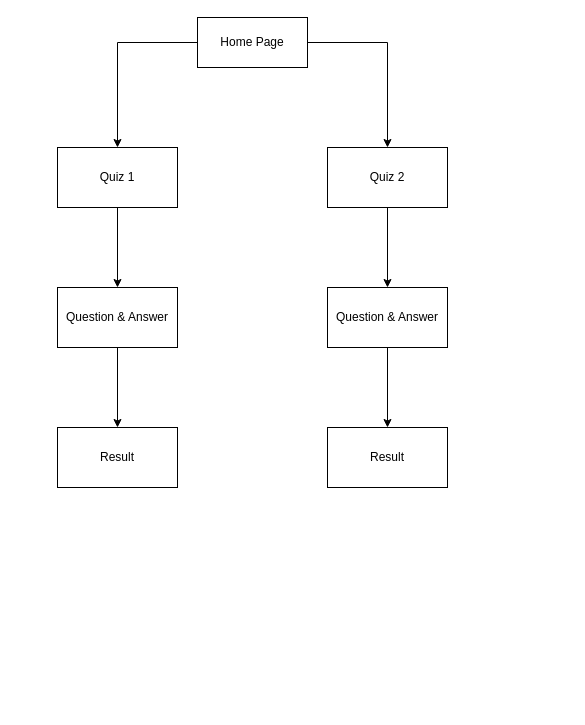
The draw.io diagram page "WebPage Flow" (3 of 4) of diagrams/sprint2-project-diagram.drawio in full-stack-devs-learn/niantic-2024-sprint-2-team-3, before the edit. Source tidied: cells renumbered, new cells numbered last; positions are measured from the earlier drawing's top-left corner, leaving out a move shared by most shapes. Both pictures are drawn from the tidied source at 100%, with x=0, y=0 at pixel (57, 17).
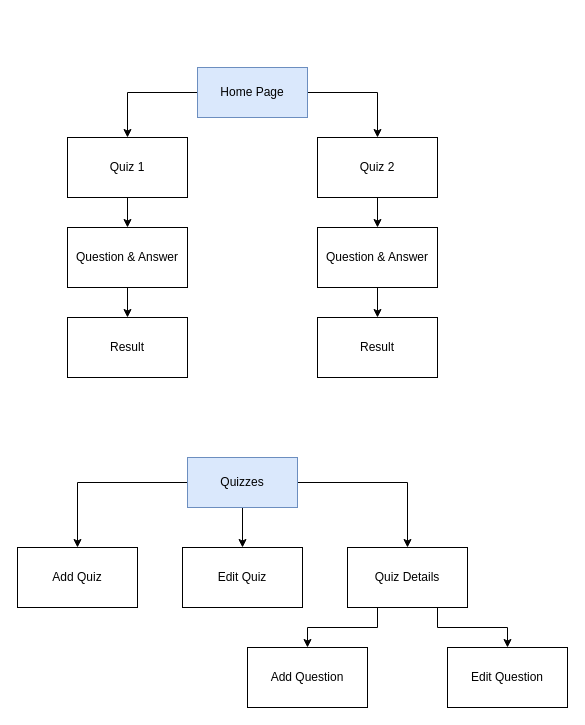
Above is the later version.

The edit, as a diff of the source:
```diff
@@
-    <mxCell id="4" value="Home Page" style="html=1;whiteSpace=wrap;" parent="1" vertex="1">
-      <mxGeometry x="140" width="110" height="50" as="geometry" />
+    <mxCell id="4" value="Home Page" style="html=1;whiteSpace=wrap;fillColor=#dae8fc;strokeColor=#6c8ebf;" parent="1" vertex="1">
+      <mxGeometry x="140" y="50" width="110" height="50" as="geometry" />
     </mxCell>
@@
     <mxCell id="6" value="Quiz 2" style="whiteSpace=wrap;html=1;" parent="1" vertex="1">
-      <mxGeometry x="270" y="130" width="120" height="60" as="geometry" />
+      <mxGeometry x="260" y="120" width="120" height="60" as="geometry" />
     </mxCell>
@@
     <mxCell id="8" value="Quiz 1" style="whiteSpace=wrap;html=1;" parent="1" vertex="1">
-      <mxGeometry y="130" width="120" height="60" as="geometry" />
+      <mxGeometry x="10" y="120" width="120" height="60" as="geometry" />
     </mxCell>
@@
     <mxCell id="10" value="Question &amp;amp; Answer" style="whiteSpace=wrap;html=1;" parent="1" vertex="1">
-      <mxGeometry y="270" width="120" height="60" as="geometry" />
+      <mxGeometry x="10" y="210" width="120" height="60" as="geometry" />
     </mxCell>
     <mxCell id="11" value="Result" style="whiteSpace=wrap;html=1;" parent="1" vertex="1">
-      <mxGeometry y="410" width="120" height="60" as="geometry" />
+      <mxGeometry x="10" y="300" width="120" height="60" as="geometry" />
     </mxCell>
@@
     <mxCell id="13" value="Question &amp;amp; Answer" style="whiteSpace=wrap;html=1;" parent="1" vertex="1">
-      <mxGeometry x="270" y="270" width="120" height="60" as="geometry" />
+      <mxGeometry x="260" y="210" width="120" height="60" as="geometry" />
     </mxCell>
     <mxCell id="14" value="Result" style="whiteSpace=wrap;html=1;" parent="1" vertex="1">
-      <mxGeometry x="270" y="410" width="120" height="60" as="geometry" />
+      <mxGeometry x="260" y="300" width="120" height="60" as="geometry" />
     </mxCell>
+    <mxCell id="15" style="edgeStyle=orthogonalEdgeStyle;rounded=0;jettySize=auto;html=1;" parent="1" edge="1" source="18" target="19">
+      <mxGeometry relative="1" as="geometry" />
+    </mxCell>
+    <mxCell id="16" style="edgeStyle=orthogonalEdgeStyle;rounded=0;jettySize=auto;html=1;" parent="1" edge="1" source="18" target="20">
+      <mxGeometry relative="1" as="geometry" />
+    </mxCell>
+    <mxCell id="17" style="edgeStyle=orthogonalEdgeStyle;rounded=0;jettySize=auto;html=1;" parent="1" edge="1" source="18" target="23">
+      <mxGeometry relative="1" as="geometry" />
+    </mxCell>
+    <mxCell id="18" value="Quizzes" style="html=1;whiteSpace=wrap;fillColor=#dae8fc;strokeColor=#6c8ebf;" parent="1" vertex="1">
+      <mxGeometry x="130" y="440" width="110" height="50" as="geometry" />
+    </mxCell>
+    <mxCell id="19" value="Edit Quiz" style="whiteSpace=wrap;html=1;" parent="1" vertex="1">
+      <mxGeometry x="125" y="530" width="120" height="60" as="geometry" />
+    </mxCell>
+    <mxCell id="20" value="Add Quiz" style="whiteSpace=wrap;html=1;" parent="1" vertex="1">
+      <mxGeometry x="-40" y="530" width="120" height="60" as="geometry" />
+    </mxCell>
+    <mxCell id="21" style="edgeStyle=orthogonalEdgeStyle;rounded=0;jettySize=auto;html=1;" parent="1" edge="1" source="23" target="24">
+      <mxGeometry relative="1" as="geometry">
+        <Array as="points">
+          <mxPoint x="320" y="610" />
+          <mxPoint x="250" y="610" />
+        </Array>
+      </mxGeometry>
+    </mxCell>
+    <mxCell id="22" style="edgeStyle=orthogonalEdgeStyle;rounded=0;jettySize=auto;html=1;" parent="1" edge="1" source="23" target="25">
+      <mxGeometry relative="1" as="geometry">
+        <Array as="points">
+          <mxPoint x="380" y="610" />
+          <mxPoint x="450" y="610" />
+        </Array>
+      </mxGeometry>
+    </mxCell>
+    <mxCell id="23" value="Quiz Details" style="whiteSpace=wrap;html=1;" parent="1" vertex="1">
+      <mxGeometry x="290" y="530" width="120" height="60" as="geometry" />
+    </mxCell>
+    <mxCell id="24" value="Add Question" style="whiteSpace=wrap;html=1;" parent="1" vertex="1">
+      <mxGeometry x="190" y="630" width="120" height="60" as="geometry" />
+    </mxCell>
+    <mxCell id="25" value="Edit Question" style="whiteSpace=wrap;html=1;" parent="1" vertex="1">
+      <mxGeometry x="390" y="630" width="120" height="60" as="geometry" />
+    </mxCell>
```
